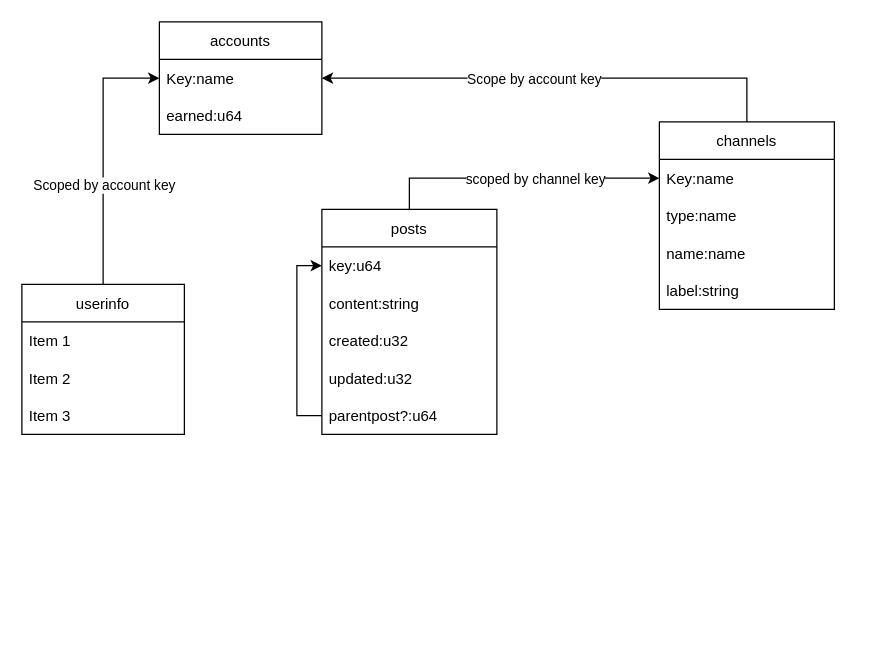
Earlier version of the draw.io diagram table_structure.drawio (SuperstrongBE/snips-doc). Source tidied: cells renumbered, new cells numbered last; positions are measured from the earlier drawing's top-left corner, leaving out a move shared by most shapes. Both pictures are drawn from the tidied source at 125%, with x=0, y=0 at pixel (21, 21).
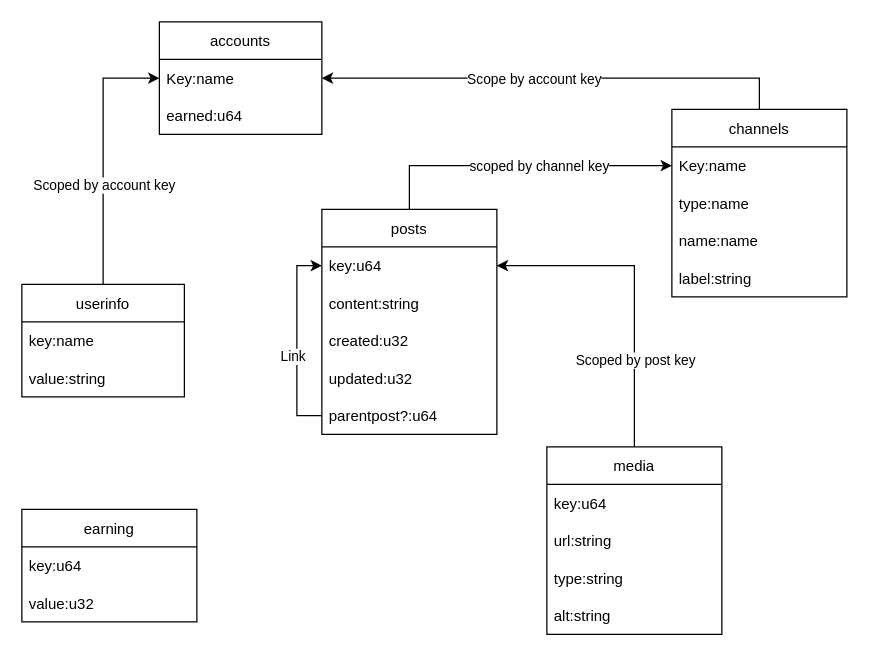
The same diagram, later.

Commit message:
adding media and earning

Unchanged cells that the change refers to:
```xml
<mxCell id="21" value="key:u64" style="text;strokeColor=none;fillColor=none;align=left;verticalAlign=middle;spacingLeft=4;spacingRight=4;overflow=hidden;points=[[0,0.5],[1,0.5]];portConstraint=eastwest;" parent="20" vertex="1">
  <mxGeometry y="30" width="140" height="30" as="geometry" />
</mxCell>
<mxCell id="25" style="edgeStyle=orthogonalEdgeStyle;rounded=0;jettySize=auto;html=1;exitX=0;exitY=0.5;exitDx=0;exitDy=0;entryX=0;entryY=0.5;entryDx=0;entryDy=0;" parent="20" edge="1" source="26" target="21">
  <mxGeometry relative="1" as="geometry" />
</mxCell>
```

What changed in the source:
```diff
@@
     <mxCell id="7" value="channels" style="swimlane;fontStyle=0;horizontal=1;startSize=30;" parent="1" vertex="1">
-      <mxGeometry x="510" y="80" width="140" height="150" as="geometry" />
+      <mxGeometry x="520" y="70" width="140" height="150" as="geometry" />
     </mxCell>
@@
     <mxCell id="14" value="userinfo" style="swimlane;fontStyle=0;horizontal=1;startSize=30;" parent="1" vertex="1">
-      <mxGeometry y="210" width="130" height="120" as="geometry" />
+      <mxGeometry y="210" width="130" height="90" as="geometry" />
     </mxCell>
-    <mxCell id="15" value="Item 1" style="text;strokeColor=none;fillColor=none;align=left;verticalAlign=middle;spacingLeft=4;spacingRight=4;overflow=hidden;" parent="14" vertex="1">
+    <mxCell id="15" value="key:name" style="text;strokeColor=none;fillColor=none;align=left;verticalAlign=middle;spacingLeft=4;spacingRight=4;overflow=hidden;" parent="14" vertex="1">
       <mxGeometry y="30" width="130" height="30" as="geometry" />
     </mxCell>
-    <mxCell id="16" value="Item 2" style="text;strokeColor=none;fillColor=none;align=left;verticalAlign=middle;spacingLeft=4;spacingRight=4;overflow=hidden;" parent="14" vertex="1">
+    <mxCell id="16" value="value:string" style="text;strokeColor=none;fillColor=none;align=left;verticalAlign=middle;spacingLeft=4;spacingRight=4;overflow=hidden;" parent="14" vertex="1">
       <mxGeometry y="60" width="130" height="30" as="geometry" />
     </mxCell>
-    <mxCell id="17" value="Item 3" style="text;strokeColor=none;fillColor=none;align=left;verticalAlign=middle;spacingLeft=4;spacingRight=4;overflow=hidden;" parent="14" vertex="1">
-      <mxGeometry y="90" width="130" height="30" as="geometry" />
-    </mxCell>
@@
+    <mxCell id="27" value="Link" style="edgeLabel;html=1;align=center;verticalAlign=middle;" parent="25" vertex="1">
+      <mxGeometry x="-0.15" y="4" relative="1" as="geometry" />
+    </mxCell>
@@
+    <mxCell id="28" style="edgeStyle=orthogonalEdgeStyle;rounded=0;jettySize=auto;html=1;exitX=0.5;exitY=0;exitDx=0;exitDy=0;entryX=1;entryY=0.5;entryDx=0;entryDy=0;" parent="1" edge="1" source="30" target="21">
+      <mxGeometry relative="1" as="geometry" />
+    </mxCell>
+    <mxCell id="29" value="Scoped by post key" style="edgeLabel;html=1;align=center;verticalAlign=middle;" parent="28" vertex="1">
+      <mxGeometry x="0.61" y="4" relative="1" as="geometry">
+        <mxPoint x="60" y="71" as="offset" />
+      </mxGeometry>
+    </mxCell>
+    <mxCell id="30" value="media" style="swimlane;fontStyle=0;horizontal=1;startSize=30;" parent="1" vertex="1">
+      <mxGeometry x="420" y="340" width="140" height="150" as="geometry" />
+    </mxCell>
+    <mxCell id="31" value="key:u64" style="text;strokeColor=none;fillColor=none;align=left;verticalAlign=middle;spacingLeft=4;spacingRight=4;overflow=hidden;" parent="30" vertex="1">
+      <mxGeometry y="30" width="140" height="30" as="geometry" />
+    </mxCell>
+    <mxCell id="32" value="url:string" style="text;strokeColor=none;fillColor=none;align=left;verticalAlign=middle;spacingLeft=4;spacingRight=4;overflow=hidden;" parent="30" vertex="1">
+      <mxGeometry y="60" width="140" height="30" as="geometry" />
+    </mxCell>
+    <mxCell id="33" value="type:string" style="text;strokeColor=none;fillColor=none;align=left;verticalAlign=middle;spacingLeft=4;spacingRight=4;overflow=hidden;" parent="30" vertex="1">
+      <mxGeometry y="90" width="140" height="30" as="geometry" />
+    </mxCell>
+    <mxCell id="34" value="alt:string" style="text;strokeColor=none;fillColor=none;align=left;verticalAlign=middle;spacingLeft=4;spacingRight=4;overflow=hidden;" parent="30" vertex="1">
+      <mxGeometry y="120" width="140" height="30" as="geometry" />
+    </mxCell>
+    <mxCell id="35" value="earning" style="swimlane;fontStyle=0;horizontal=1;startSize=30;" parent="1" vertex="1">
+      <mxGeometry y="390" width="140" height="90" as="geometry" />
+    </mxCell>
+    <mxCell id="36" value="key:u64" style="text;strokeColor=none;fillColor=none;align=left;verticalAlign=middle;spacingLeft=4;spacingRight=4;overflow=hidden;" parent="35" vertex="1">
+      <mxGeometry y="30" width="140" height="30" as="geometry" />
+    </mxCell>
+    <mxCell id="37" value="value:u32" style="text;strokeColor=none;fillColor=none;align=left;verticalAlign=middle;spacingLeft=4;spacingRight=4;overflow=hidden;" parent="35" vertex="1">
+      <mxGeometry y="60" width="140" height="30" as="geometry" />
+    </mxCell>
```
